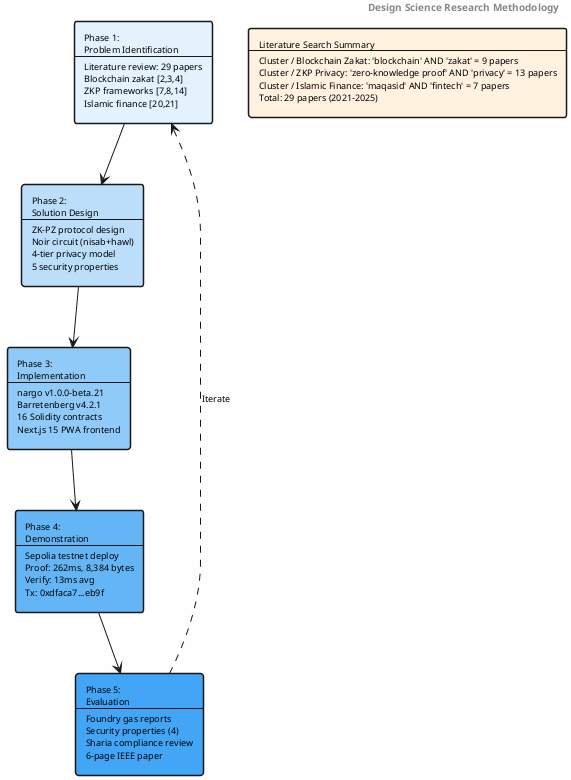
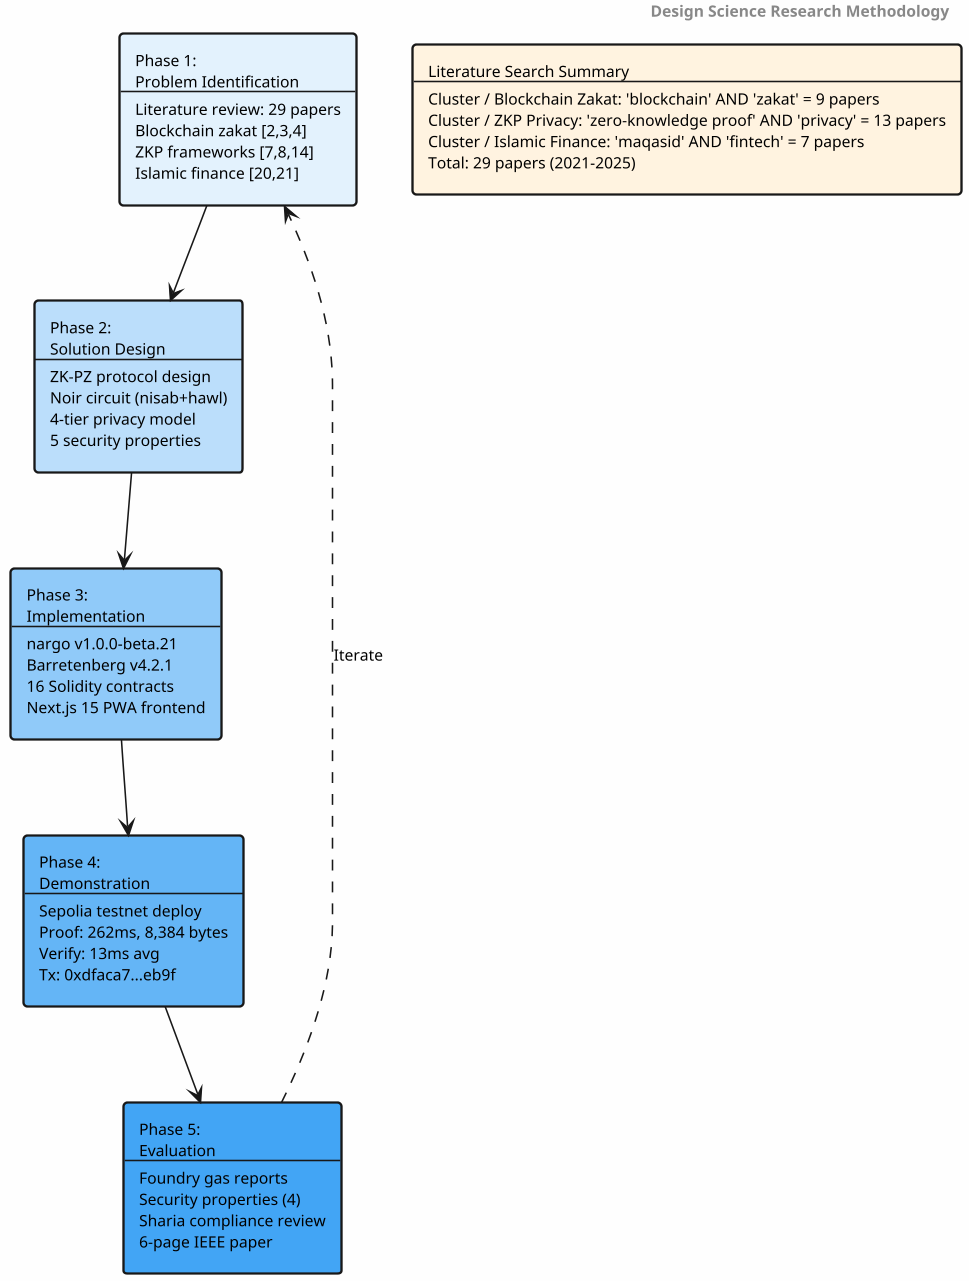
@startuml
skinparam backgroundColor #FEFEFE
skinparam shadowing false
skinparam defaultFontName Times-Roman
- skinparam defaultFontSize 9
+ skinparam defaultFontSize 10
skinparam rectangleBorderThickness 1.5
+ skinparam dpi 150

header <b>Design Science Research Methodology</b>

rectangle "Phase 1:\nProblem Identification\n--\nLiterature review: 29 papers\nBlockchain zakat [2,3,4]\nZKP frameworks [7,8,14]\nIslamic finance [20,21]" as P1 #E3F2FD
rectangle "Phase 2:\nSolution Design\n--\nZK-PZ protocol design\nNoir circuit (nisab+hawl)\n4-tier privacy model\n5 security properties" as P2 #BBDEFB
rectangle "Phase 3:\nImplementation\n--\nnargo v1.0.0-beta.21\nBarretenberg v4.2.1\n16 Solidity contracts\nNext.js 15 PWA frontend" as P3 #90CAF9
rectangle "Phase 4:\nDemonstration\n--\nSepolia testnet deploy\nProof: 262ms, 8,384 bytes\nVerify: 13ms avg\nTx: 0xdfaca7...eb9f" as P4 #64B5F6
rectangle "Phase 5:\nEvaluation\n--\nFoundry gas reports\nSecurity properties (4)\nSharia compliance review\n6-page IEEE paper" as P5 #42A5F5

P1 --> P2
P2 --> P3
P3 --> P4
P4 --> P5
P5 ..> P1 : Iterate

rectangle "Literature Search Summary\n--\nCluster / Blockchain Zakat: 'blockchain' AND 'zakat' = 9 papers\nCluster / ZKP Privacy: 'zero-knowledge proof' AND 'privacy' = 13 papers\nCluster / Islamic Finance: 'maqasid' AND 'fintech' = 7 papers\nTotal: 29 papers (2021-2025)" as SUMMARY #FFF3E0

@enduml
